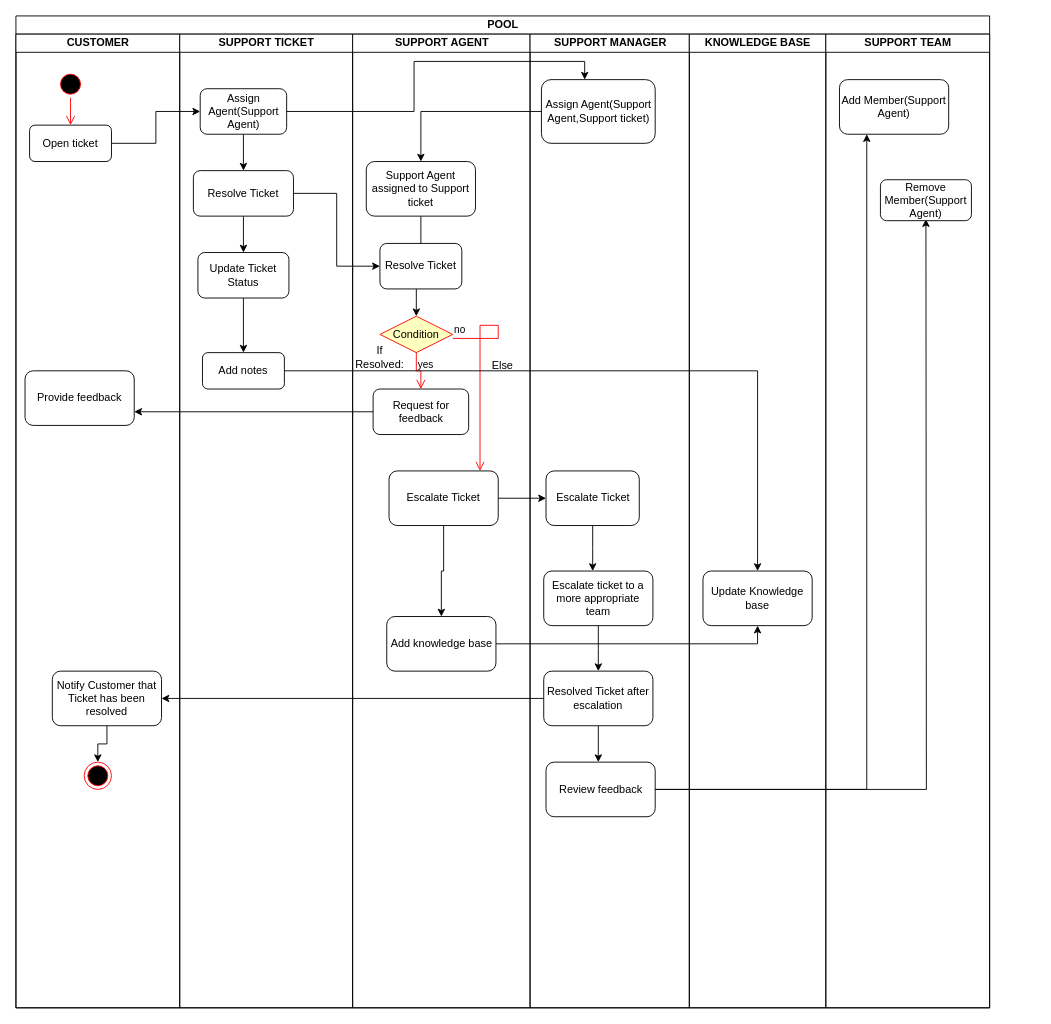
Earlier version of the draw.io diagram latest_activity3.drawio (ZaraFatima123/Code100). Source tidied: cells renumbered, new cells numbered last; positions are measured from the earlier drawing's top-left corner, leaving out a move shared by most shapes. Both pictures are drawn from the tidied source at 91%, with x=0, y=0 at pixel (15, 15).
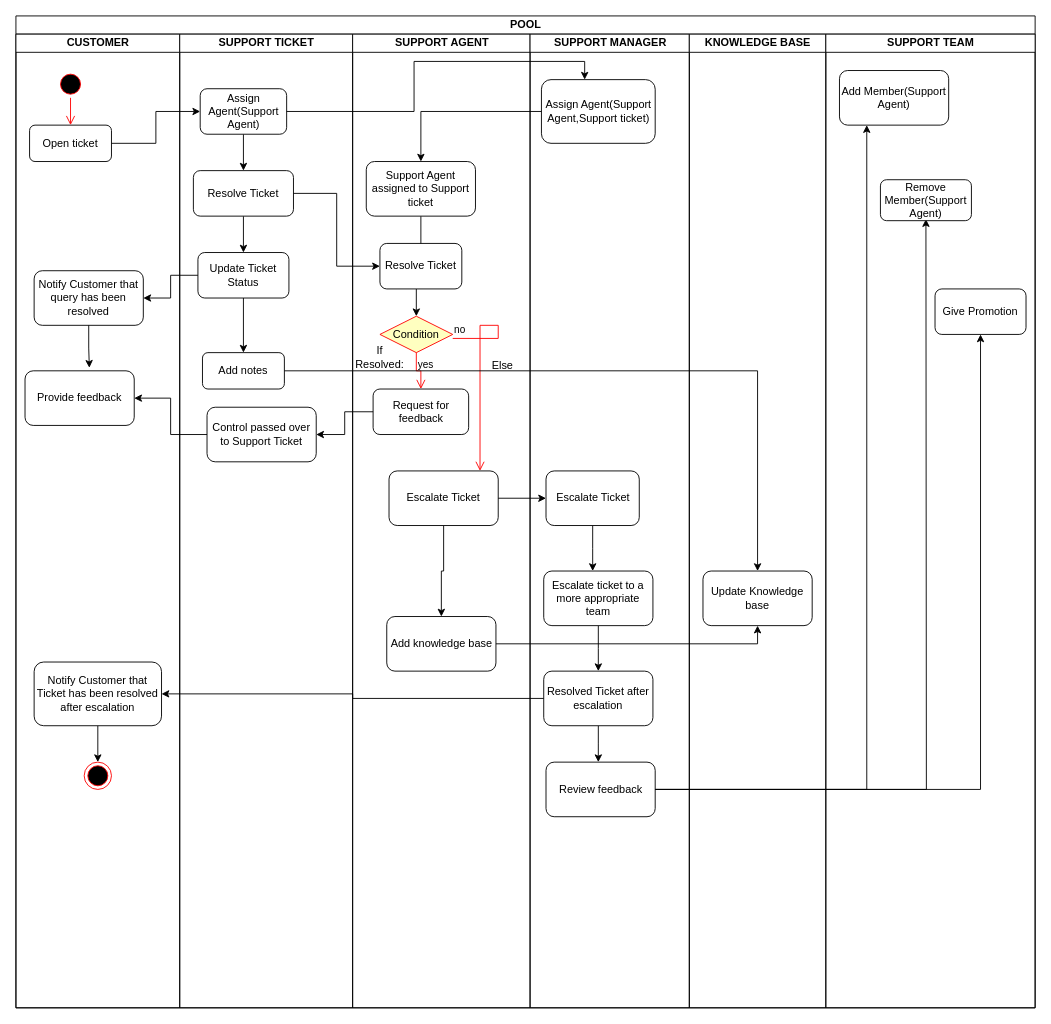
Above is the later version.

The change refers to these unchanged cells:
```xml
<mxCell id="3" value="CUSTOMER" style="swimlane;startSize=20;html=1;" parent="2" vertex="1">
  <mxGeometry y="20" width="180" height="1070" as="geometry" />
</mxCell>
<mxCell id="5" value="Provide feedback" style="rounded=1;whiteSpace=wrap;html=1;" parent="3" vertex="1">
  <mxGeometry x="10" y="370" width="120" height="60" as="geometry" />
</mxCell>
<mxCell id="11" value="SUPPORT TICKET" style="swimlane;startSize=20;html=1;" parent="2" vertex="1">
  <mxGeometry x="180" y="20" width="190" height="1070" as="geometry" />
</mxCell>
<mxCell id="17" value="Update Ticket Status" style="rounded=1;whiteSpace=wrap;html=1;" parent="11" vertex="1">
  <mxGeometry x="20" y="240" width="100" height="50" as="geometry" />
</mxCell>
<mxCell id="25" value="Request for feedback" style="rounded=1;whiteSpace=wrap;html=1;" parent="19" vertex="1">
  <mxGeometry x="22.5" y="390" width="105" height="50" as="geometry" />
</mxCell>
<mxCell id="37" value="Review feedback" style="rounded=1;whiteSpace=wrap;html=1;" parent="32" vertex="1">
  <mxGeometry x="17.5" y="800" width="120" height="60" as="geometry" />
</mxCell>
```

Diff of the diagram source:
```diff
@@
     <mxCell id="2" value="POOL" style="swimlane;startSize=20;html=1;" parent="1" vertex="1">
-      <mxGeometry width="1070" height="1090" as="geometry" />
+      <mxGeometry width="1120" height="1090" as="geometry" />
     </mxCell>
@@
-    <mxCell id="7" value="Notify Customer that Ticket has been resolved" style="rounded=1;whiteSpace=wrap;html=1;" parent="3" vertex="1">
-      <mxGeometry x="40" y="700" width="120" height="60" as="geometry" />
+    <mxCell id="7" value="Notify Customer that Ticket has been resolved after escalation" style="rounded=1;whiteSpace=wrap;html=1;" parent="3" vertex="1">
+      <mxGeometry x="20" y="690" width="140" height="70" as="geometry" />
     </mxCell>
@@
+    <mxCell id="57" value="Notify Customer that query has been resolved" style="rounded=1;whiteSpace=wrap;html=1;" parent="3" vertex="1">
+      <mxGeometry x="20" y="260" width="120" height="60" as="geometry" />
+    </mxCell>
+    <mxCell id="58" style="edgeStyle=orthogonalEdgeStyle;rounded=0;jettySize=auto;html=1;entryX=0.589;entryY=-0.056;entryDx=0;entryDy=0;entryPerimeter=0;" parent="3" edge="1" source="57" target="5">
+      <mxGeometry relative="1" as="geometry" />
+    </mxCell>
@@
+    <mxCell id="59" value="Control passed over to Support Ticket" style="rounded=1;whiteSpace=wrap;html=1;" parent="11" vertex="1">
+      <mxGeometry x="30" y="410" width="120" height="60" as="geometry" />
+    </mxCell>
@@
     <mxCell id="44" value="SUPPORT TEAM" style="swimlane;startSize=20;html=1;" parent="2" vertex="1">
-      <mxGeometry x="890" y="20" width="180" height="1070" as="geometry" />
+      <mxGeometry x="890" y="20" width="230" height="1070" as="geometry" />
     </mxCell>
     <mxCell id="45" value="Add Member(Support Agent)" style="rounded=1;whiteSpace=wrap;html=1;" parent="44" vertex="1">
-      <mxGeometry x="15" y="50" width="120" height="60" as="geometry" />
+      <mxGeometry x="15" y="40" width="120" height="60" as="geometry" />
     </mxCell>
@@
+    <mxCell id="60" value="Give Promotion" style="rounded=1;whiteSpace=wrap;html=1;" parent="44" vertex="1">
+      <mxGeometry x="120" y="280" width="100" height="50" as="geometry" />
+    </mxCell>
@@
-    <mxCell id="51" style="edgeStyle=orthogonalEdgeStyle;rounded=0;jettySize=auto;html=1;entryX=1;entryY=0.75;entryDx=0;entryDy=0;" parent="2" edge="1" source="25" target="5">
-      <mxGeometry relative="1" as="geometry" />
-    </mxCell>
@@
+    <mxCell id="61" style="edgeStyle=orthogonalEdgeStyle;rounded=0;jettySize=auto;html=1;" parent="2" edge="1" source="25" target="59">
+      <mxGeometry relative="1" as="geometry" />
+    </mxCell>
+    <mxCell id="62" style="edgeStyle=orthogonalEdgeStyle;rounded=0;jettySize=auto;html=1;entryX=1;entryY=0.5;entryDx=0;entryDy=0;" parent="2" edge="1" source="59" target="5">
+      <mxGeometry relative="1" as="geometry" />
+    </mxCell>
+    <mxCell id="63" style="edgeStyle=orthogonalEdgeStyle;rounded=0;jettySize=auto;html=1;entryX=0.5;entryY=1;entryDx=0;entryDy=0;" parent="2" edge="1" source="37" target="60">
+      <mxGeometry relative="1" as="geometry" />
+    </mxCell>
+    <mxCell id="64" style="edgeStyle=orthogonalEdgeStyle;rounded=0;jettySize=auto;html=1;entryX=1;entryY=0.5;entryDx=0;entryDy=0;" parent="2" edge="1" source="17" target="57">
+      <mxGeometry relative="1" as="geometry" />
+    </mxCell>
```
